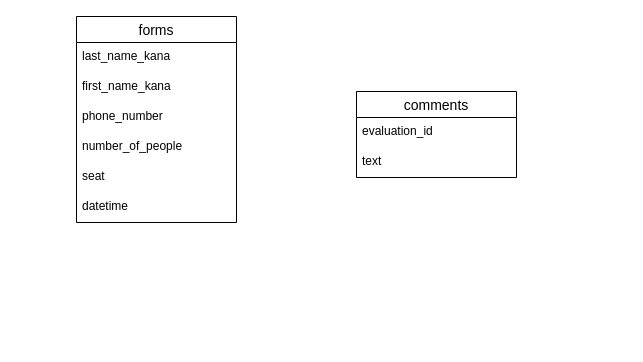
hirona96/izakaya-kakusuke keeps this draw.io diagram as test.dio. Above is the earlier version. Source tidied: cells renumbered, new cells numbered last; positions are measured from the earlier drawing's top-left corner, leaving out a move shared by most shapes. Both pictures are drawn from the tidied source at 100%, with x=0, y=0 at pixel (76, 16).
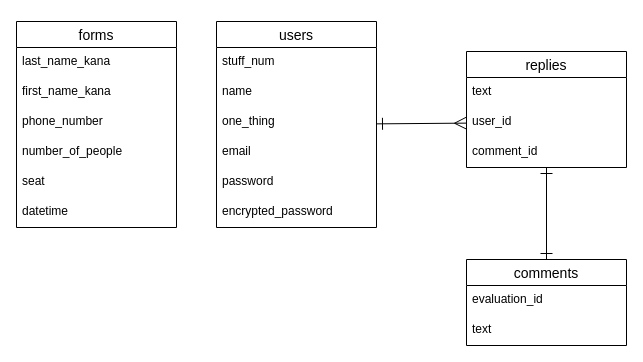
The same page after the edit.

What changed in the source:
```diff
@@
+    <mxCell id="12" style="edgeStyle=none;html=1;startArrow=ERone;startFill=0;endArrow=ERone;endFill=0;endSize=10;startSize=10;" parent="1" edge="1" source="2" target="24">
+      <mxGeometry relative="1" as="geometry" />
+    </mxCell>
-    <mxCell id="2" value="comments" style="swimlane;fontStyle=0;horizontal=1;startSize=26;align=center;fontSize=14;" parent="1" vertex="1">
-      <mxGeometry x="280" y="75" width="160" height="86" as="geometry" />
+    <mxCell id="2" value="comments" style="swimlane;fontStyle=0;horizontal=1;startSize=26;align=center;fontSize=14;swimlaneFillColor=default;" parent="1" vertex="1">
+      <mxGeometry x="390" y="243" width="160" height="86" as="geometry" />
     </mxCell>
@@
-    <mxCell id="5" value="forms" style="swimlane;fontStyle=0;horizontal=1;startSize=26;align=center;fontSize=14;" parent="1" vertex="1">
-      <mxGeometry width="160" height="206" as="geometry" />
+    <mxCell id="5" value="forms" style="swimlane;fontStyle=0;horizontal=1;startSize=26;align=center;fontSize=14;swimlaneFillColor=default;" parent="1" vertex="1">
+      <mxGeometry x="-60" y="5" width="160" height="206" as="geometry" />
     </mxCell>
@@
+    <mxCell id="13" style="edgeStyle=none;html=1;endArrow=ERmany;endFill=0;startArrow=ERone;startFill=0;endSize=10;startSize=10;" parent="1" edge="1" source="14" target="23">
+      <mxGeometry relative="1" as="geometry" />
+    </mxCell>
+    <mxCell id="14" value="users" style="swimlane;fontStyle=0;horizontal=1;startSize=26;align=center;fontSize=14;labelBackgroundColor=none;swimlaneFillColor=default;" parent="1" vertex="1">
+      <mxGeometry x="140" y="5" width="160" height="206" as="geometry" />
+    </mxCell>
+    <mxCell id="15" value="stuff_num" style="text;strokeColor=none;fillColor=none;spacingLeft=4;spacingRight=4;overflow=hidden;fontSize=12;" parent="14" vertex="1">
+      <mxGeometry y="26" width="160" height="30" as="geometry" />
+    </mxCell>
+    <mxCell id="16" value="name" style="text;strokeColor=none;fillColor=none;spacingLeft=4;spacingRight=4;overflow=hidden;fontSize=12;" parent="14" vertex="1">
+      <mxGeometry y="56" width="160" height="30" as="geometry" />
+    </mxCell>
+    <mxCell id="17" value="one_thing" style="text;strokeColor=none;fillColor=none;spacingLeft=4;spacingRight=4;overflow=hidden;fontSize=12;" parent="14" vertex="1">
+      <mxGeometry y="86" width="160" height="30" as="geometry" />
+    </mxCell>
+    <mxCell id="18" value="email" style="text;strokeColor=none;fillColor=none;spacingLeft=4;spacingRight=4;overflow=hidden;fontSize=12;" parent="14" vertex="1">
+      <mxGeometry y="116" width="160" height="30" as="geometry" />
+    </mxCell>
+    <mxCell id="19" value="password" style="text;strokeColor=none;fillColor=none;spacingLeft=4;spacingRight=4;overflow=hidden;fontSize=12;" parent="14" vertex="1">
+      <mxGeometry y="146" width="160" height="30" as="geometry" />
+    </mxCell>
+    <mxCell id="20" value="encrypted_password" style="text;strokeColor=none;fillColor=none;spacingLeft=4;spacingRight=4;overflow=hidden;fontSize=12;" parent="14" vertex="1">
+      <mxGeometry y="176" width="160" height="30" as="geometry" />
+    </mxCell>
+    <mxCell id="21" value="replies" style="swimlane;fontStyle=0;horizontal=1;startSize=26;align=center;fontSize=14;swimlaneFillColor=default;" parent="1" vertex="1">
+      <mxGeometry x="390" y="35" width="160" height="116" as="geometry" />
+    </mxCell>
+    <mxCell id="22" value="text" style="text;strokeColor=none;fillColor=none;spacingLeft=4;spacingRight=4;overflow=hidden;fontSize=12;" parent="21" vertex="1">
+      <mxGeometry y="26" width="160" height="30" as="geometry" />
+    </mxCell>
+    <mxCell id="23" value="user_id" style="text;strokeColor=none;fillColor=none;spacingLeft=4;spacingRight=4;overflow=hidden;points=[[0,0.5],[1,0.5]];portConstraint=eastwest;fontSize=12;" parent="21" vertex="1">
+      <mxGeometry y="56" width="160" height="30" as="geometry" />
+    </mxCell>
+    <mxCell id="24" value="comment_id" style="text;strokeColor=none;fillColor=none;spacingLeft=4;spacingRight=4;overflow=hidden;points=[[0,0.5],[1,0.5]];portConstraint=eastwest;fontSize=12;" parent="21" vertex="1">
+      <mxGeometry y="86" width="160" height="30" as="geometry" />
+    </mxCell>
```
